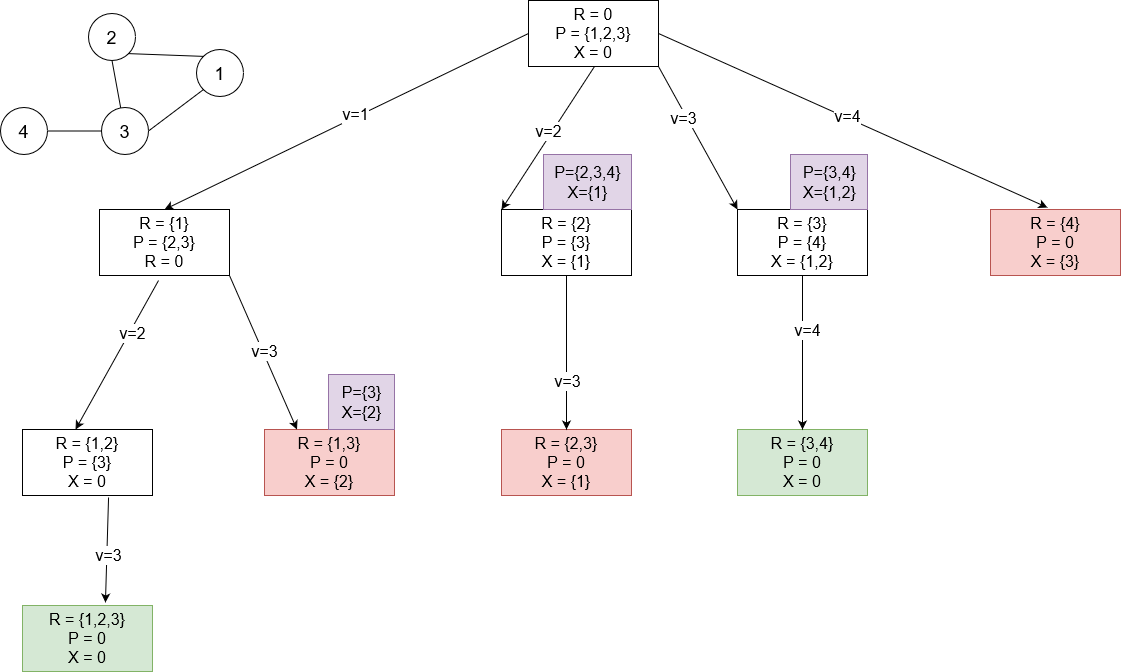
Earlier version of the draw.io export src/memoire-umons/images/bron_kerbosch_algo_dessin.png (sebabal1/projet_lrs). Source tidied: cells renumbered, new cells last; positions are measured from the earlier drawing's top-left corner, leaving out a move shared by most shapes.
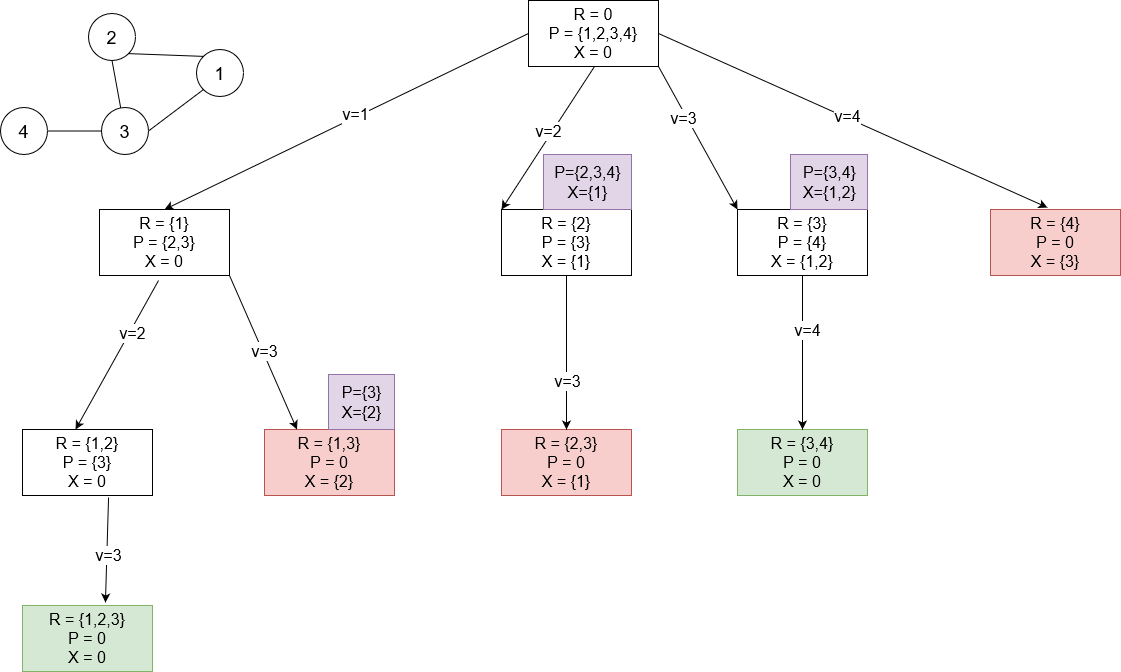
Later version of the same file.

Diff of the diagram source:
```diff
@@ -2,10 +2,10 @@
   <root>
     <mxCell id="0" />
     <mxCell id="1" parent="0" />
-    <mxCell id="2" value="&lt;div style=&quot;font-size: 16px;&quot;&gt;R = 0&lt;/div&gt;&lt;div style=&quot;font-size: 16px;&quot;&gt;P = {1,2,3}&lt;/div&gt;&lt;div style=&quot;font-size: 16px;&quot;&gt;X = 0&lt;br style=&quot;font-size: 16px;&quot;&gt;&lt;/div&gt;" style="rounded=0;whiteSpace=wrap;html=1;fontSize=16;" parent="1" vertex="1">
+    <mxCell id="2" value="&lt;div style=&quot;font-size: 16px;&quot;&gt;R = 0&lt;/div&gt;&lt;div style=&quot;font-size: 16px;&quot;&gt;P = {1,2,3,4}&lt;/div&gt;&lt;div style=&quot;font-size: 16px;&quot;&gt;X = 0&lt;br style=&quot;font-size: 16px;&quot;&gt;&lt;/div&gt;" style="rounded=0;whiteSpace=wrap;html=1;fontSize=16;" parent="1" vertex="1">
       <mxGeometry x="528" width="130" height="66" as="geometry" />
     </mxCell>
-    <mxCell id="3" value="&lt;div style=&quot;font-size: 16px;&quot;&gt;R = {1}&lt;/div&gt;&lt;div style=&quot;font-size: 16px;&quot;&gt;P = {2,3}&lt;/div&gt;&lt;div style=&quot;font-size: 16px;&quot;&gt;R = 0&lt;br style=&quot;font-size: 16px;&quot;&gt;&lt;/div&gt;" style="rounded=0;whiteSpace=wrap;html=1;fontSize=16;" parent="1" vertex="1">
+    <mxCell id="3" value="&lt;div style=&quot;font-size: 16px;&quot;&gt;R = {1}&lt;/div&gt;&lt;div style=&quot;font-size: 16px;&quot;&gt;P = {2,3}&lt;/div&gt;&lt;div style=&quot;font-size: 16px;&quot;&gt;X = 0&lt;br style=&quot;font-size: 16px;&quot;&gt;&lt;/div&gt;" style="rounded=0;whiteSpace=wrap;html=1;fontSize=16;" parent="1" vertex="1">
       <mxGeometry x="99" y="209" width="130" height="66" as="geometry" />
     </mxCell>
     <mxCell id="4" value="&lt;div style=&quot;font-size: 16px;&quot;&gt;R = {1,2}&lt;/div&gt;&lt;div style=&quot;font-size: 16px;&quot;&gt;P = {3}&lt;/div&gt;&lt;div style=&quot;font-size: 16px;&quot;&gt;X = 0&lt;br style=&quot;font-size: 16px;&quot;&gt;&lt;/div&gt;" style="rounded=0;whiteSpace=wrap;html=1;fontSize=16;" parent="1" vertex="1">
```
